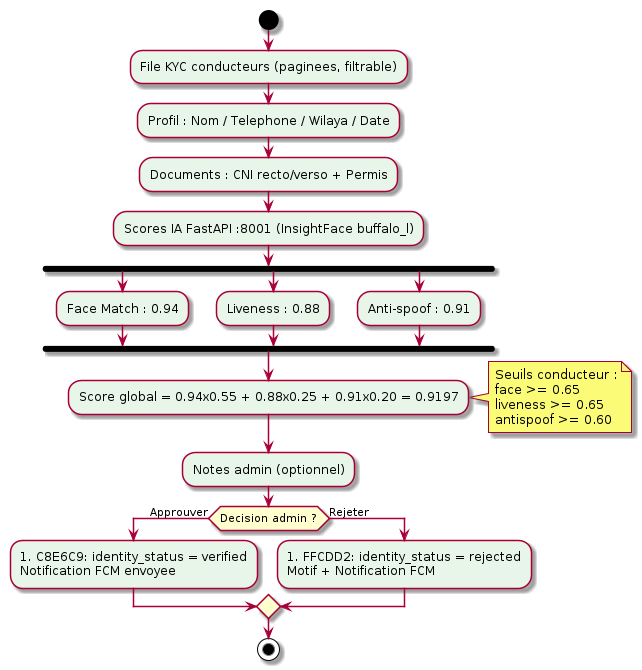
Earlier version of the PlantUML export figures/fig_kyc_review.png (Belhormamohamed13/Memiore_RohWinBghit). Its source is kept beside it as plantuml/fig_kyc_review.puml.
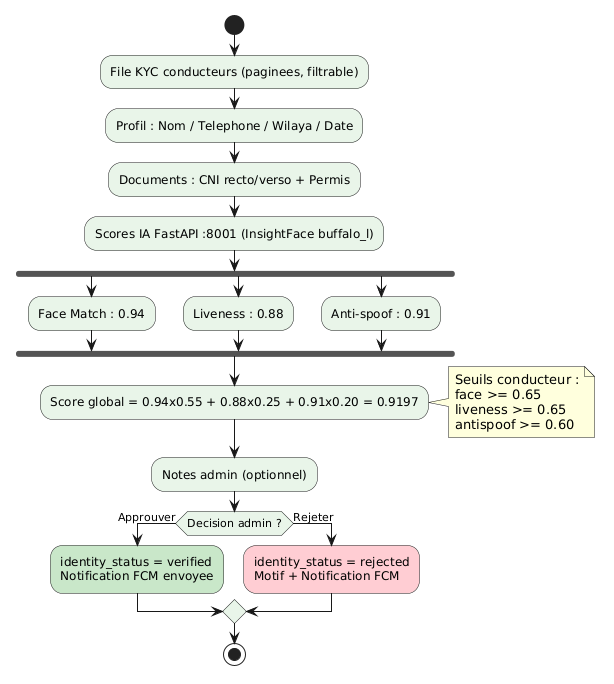
The same file after the commit.

The edit, as a diff of the source:
```diff
@@ -19,9 +19,9 @@
 note right : Seuils conducteur :\nface >= 0.65\nliveness >= 0.65\nantispoof >= 0.60
 :Notes admin (optionnel);
 if (Decision admin ?) then (Approuver)
-    :#C8E6C9: identity_status = verified\nNotification FCM envoyee;
+    :identity_status = verified\nNotification FCM envoyee; <<#C8E6C9>>
 else (Rejeter)
-    :#FFCDD2: identity_status = rejected\nMotif + Notification FCM;
+    :identity_status = rejected\nMotif + Notification FCM; <<#FFCDD2>>
 endif
 stop
 @enduml
```
